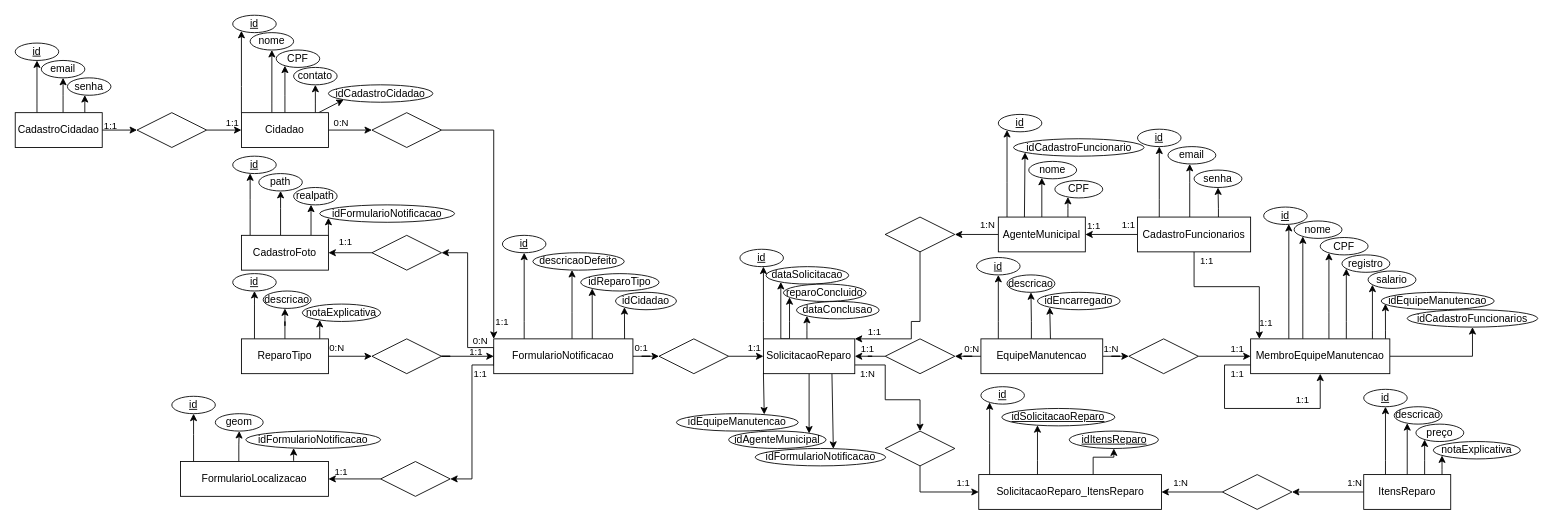
PuraFome/AEP-Segundo-Semestre-2022 keeps this draw.io diagram as diagramas/modelo_conceitual.drawio. Above is the earlier version. Source tidied: cells renumbered, new cells numbered last; positions are measured from the earlier drawing's top-left corner, leaving out a move shared by most shapes. Both pictures are drawn from the tidied source at 87%, with x=0, y=0 at pixel (15, 15).
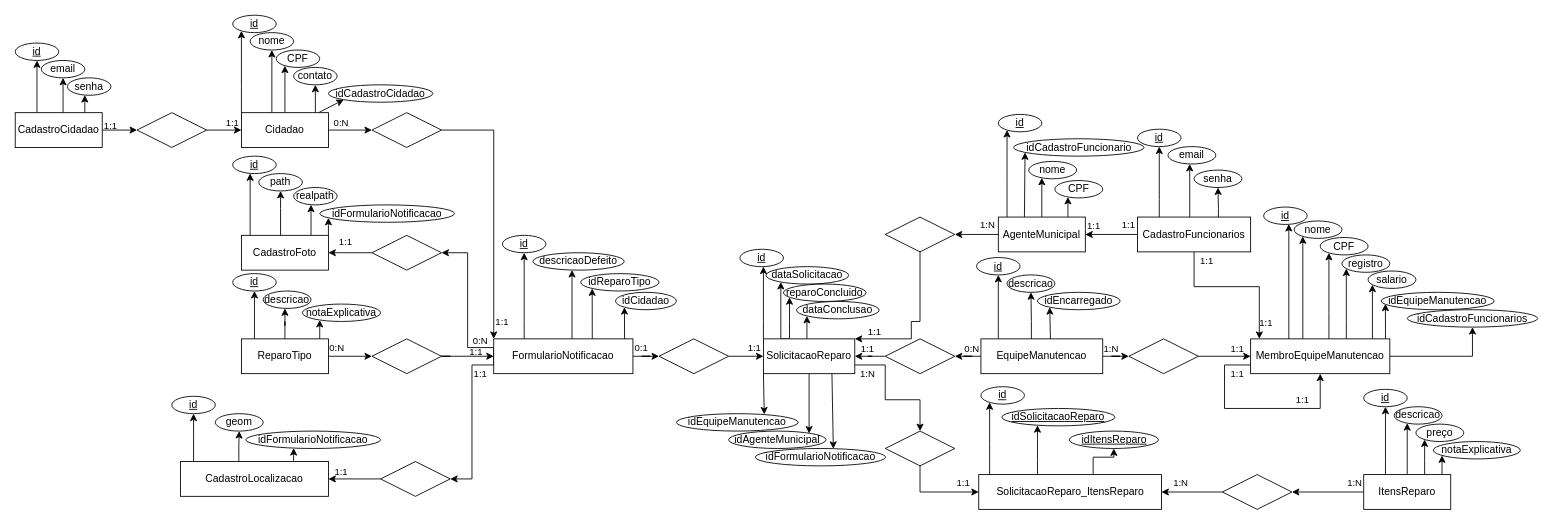
The same page after the edit.

What changed in the source:
```diff
@@
-    <mxCell id="13" value="FormularioLocalizacao" style="whiteSpace=wrap;html=1;align=center;" parent="1" vertex="1">
+    <mxCell id="13" value="CadastroLocalizacao" style="whiteSpace=wrap;html=1;align=center;" parent="1" vertex="1">
       <mxGeometry x="190" y="513" width="170" height="40" as="geometry" />
     </mxCell>
```
